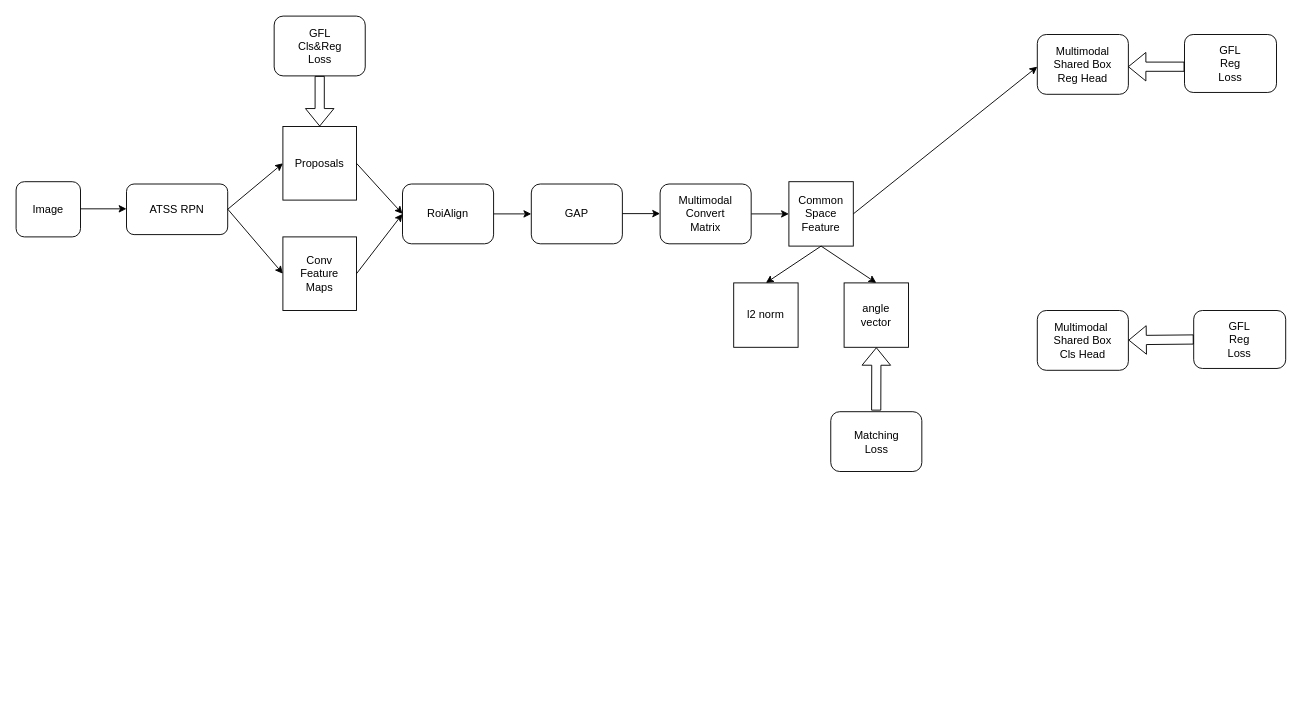
Before: 多模态目标检测.drawio in thb1314/for_draw_io, a draw.io diagram. Source tidied: cells renumbered, new cells numbered last; positions are measured from the earlier drawing's top-left corner, leaving out a move shared by most shapes. Both pictures are drawn from the tidied source at 92%, with x=0, y=0 at pixel (16, 16).
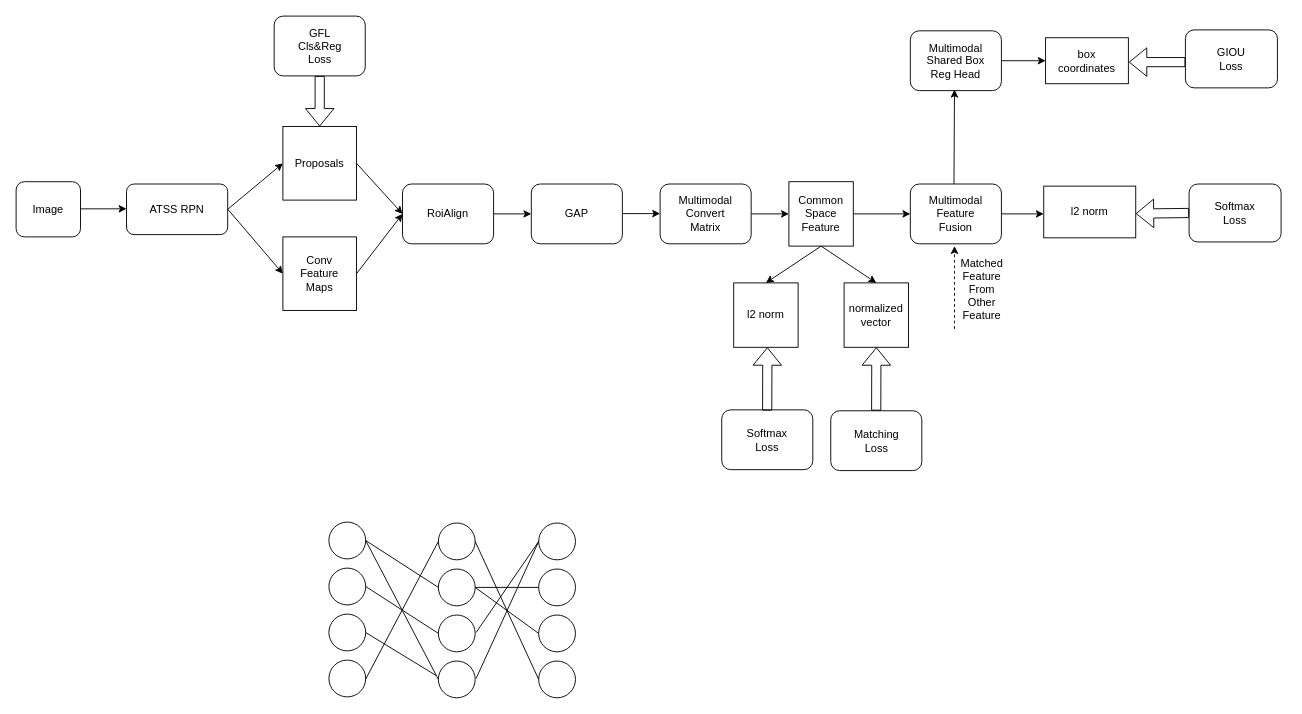
The same page after the edit.

Commit message:
更新多模态目标检测.drawio

Unchanged cells that the change refers to:
```xml
<mxCell id="21" value="Common&lt;br&gt;Space&lt;br&gt;Feature" style="whiteSpace=wrap;html=1;" parent="1" vertex="1">
  <mxGeometry x="840" y="180" width="70" height="70" as="geometry" />
</mxCell>
```

Diff of the diagram source:
```diff
@@
+    <mxCell id="33" style="edgeStyle=orthogonalEdgeStyle;rounded=0;jettySize=auto;html=1;exitX=1;exitY=0.5;exitDx=0;exitDy=0;" parent="1" edge="1" source="15" target="42">
+      <mxGeometry relative="1" as="geometry" />
+    </mxCell>
     <mxCell id="15" value="Multimodal Shared Box&lt;br&gt;Reg&amp;nbsp;Head" style="rounded=1;whiteSpace=wrap;html=1;" parent="1" vertex="1">
-      <mxGeometry x="1110" y="20" width="99" height="65" as="geometry" />
+      <mxGeometry x="972" y="16" width="99" height="65" as="geometry" />
     </mxCell>
-    <mxCell id="16" value="Multimodal&amp;nbsp;&lt;br&gt;Shared Box&lt;br&gt;Cls Head" style="rounded=1;whiteSpace=wrap;html=1;" parent="1" vertex="1">
-      <mxGeometry x="1110" y="320" width="99" height="65" as="geometry" />
-    </mxCell>
@@
+    <mxCell id="34" style="edgeStyle=orthogonalEdgeStyle;rounded=0;jettySize=auto;html=1;exitX=1;exitY=0.5;exitDx=0;exitDy=0;entryX=0;entryY=0.5;entryDx=0;entryDy=0;" parent="1" edge="1" source="21" target="38">
+      <mxGeometry relative="1" as="geometry" />
+    </mxCell>
@@
     <mxCell id="22" value="Matching&lt;br&gt;Loss" style="rounded=1;whiteSpace=wrap;html=1;" parent="1" vertex="1">
-      <mxGeometry x="885.5" y="430" width="99" height="65" as="geometry" />
+      <mxGeometry x="885.5" y="429" width="99" height="65" as="geometry" />
     </mxCell>
-    <mxCell id="23" style="endArrow=classic;html=1;rounded=0;exitX=1;exitY=0.5;exitDx=0;exitDy=0;" parent="1" edge="1" source="21">
+    <mxCell id="23" style="endArrow=classic;html=1;rounded=0;exitX=0.479;exitY=0.026;exitDx=0;exitDy=0;exitPerimeter=0;" parent="1" edge="1" source="38">
       <mxGeometry relative="1" as="geometry">
-        <mxPoint x="1110" y="55" as="targetPoint" />
+        <mxPoint x="1020" y="80" as="targetPoint" />
       </mxGeometry>
     </mxCell>
-    <mxCell id="24" value="GFL&lt;br&gt;Reg&lt;br&gt;Loss" style="rounded=1;whiteSpace=wrap;html=1;" parent="1" vertex="1">
-      <mxGeometry x="1270" y="20" width="100" height="63" as="geometry" />
+    <mxCell id="24" value="GIOU&lt;br&gt;Loss" style="rounded=1;whiteSpace=wrap;html=1;" parent="1" vertex="1">
+      <mxGeometry x="1271" y="15" width="100" height="63" as="geometry" />
     </mxCell>
     <mxCell id="25" style="shape=flexArrow;endArrow=classic;html=1;rounded=0;entryX=0.5;entryY=0;entryDx=0;entryDy=0;" parent="1" edge="1">
       <mxGeometry relative="1" as="geometry">
-        <mxPoint x="1270" y="55" as="sourcePoint" />
-        <mxPoint x="1208.5" y="55" as="targetPoint" />
+        <mxPoint x="1271" y="50" as="sourcePoint" />
+        <mxPoint x="1209.5" y="50" as="targetPoint" />
       </mxGeometry>
     </mxCell>
-    <mxCell id="26" value="GFL&lt;br&gt;Reg&lt;br&gt;Loss" style="rounded=1;whiteSpace=wrap;html=1;" parent="1" vertex="1">
-      <mxGeometry x="1280" y="320" width="100" height="63" as="geometry" />
+    <mxCell id="26" value="Softmax&lt;br&gt;Loss" style="rounded=1;whiteSpace=wrap;html=1;" parent="1" vertex="1">
+      <mxGeometry x="1275" y="182.5" width="100" height="63" as="geometry" />
     </mxCell>
     <mxCell id="27" style="shape=flexArrow;endArrow=classic;html=1;rounded=0;entryX=0.5;entryY=0;entryDx=0;entryDy=0;exitX=0;exitY=0.5;exitDx=0;exitDy=0;" parent="1" edge="1" source="26">
       <mxGeometry relative="1" as="geometry">
-        <mxPoint x="1209" y="352.2" as="targetPoint" />
+        <mxPoint x="1217" y="214.7" as="targetPoint" />
       </mxGeometry>
     </mxCell>
@@
-    <mxCell id="29" value="angle&lt;br&gt;vector" style="whiteSpace=wrap;html=1;" parent="1" vertex="1">
+    <mxCell id="29" value="normalized&lt;br&gt;vector" style="whiteSpace=wrap;html=1;" parent="1" vertex="1">
       <mxGeometry x="900" y="290" width="70" height="70" as="geometry" />
     </mxCell>
@@
+    <mxCell id="35" value="Softmax&lt;br style=&quot;border-color: var(--border-color);&quot;&gt;Loss" style="rounded=1;whiteSpace=wrap;html=1;" parent="1" vertex="1">
+      <mxGeometry x="767" y="428" width="99" height="65" as="geometry" />
+    </mxCell>
+    <mxCell id="36" style="shape=flexArrow;endArrow=classic;html=1;rounded=0;entryX=0.5;entryY=1;entryDx=0;entryDy=0;exitX=0.553;exitY=-0.019;exitDx=0;exitDy=0;exitPerimeter=0;" parent="1" edge="1">
+      <mxGeometry relative="1" as="geometry">
+        <mxPoint x="816.4" y="428.8" as="sourcePoint" />
+        <mxPoint x="816.6" y="360" as="targetPoint" />
+      </mxGeometry>
+    </mxCell>
+    <mxCell id="37" style="endArrow=classic;html=1;rounded=0;entryX=0;entryY=0.5;entryDx=0;entryDy=0;exitX=1;exitY=0.5;exitDx=0;exitDy=0;" parent="1" edge="1" source="38">
+      <mxGeometry relative="1" as="geometry">
+        <mxPoint x="1117" y="215" as="targetPoint" />
+      </mxGeometry>
+    </mxCell>
+    <mxCell id="38" value="Multimodal&lt;br&gt;Feature&lt;br&gt;Fusion" style="rounded=1;whiteSpace=wrap;html=1;" parent="1" vertex="1">
+      <mxGeometry x="972" y="182.5" width="99" height="65" as="geometry" />
+    </mxCell>
+    <mxCell id="39" style="endArrow=classic;html=1;rounded=0;dashed=1;" parent="1" edge="1">
+      <mxGeometry relative="1" as="geometry">
+        <mxPoint x="1020" y="340" as="sourcePoint" />
+        <mxPoint x="1020" y="250" as="targetPoint" />
+      </mxGeometry>
+    </mxCell>
+    <mxCell id="40" value="l2 norm" style="rounded=0;whiteSpace=wrap;html=1;" parent="1" vertex="1">
+      <mxGeometry x="1117" y="184.8" width="100" height="56.2" as="geometry" />
+    </mxCell>
+    <mxCell id="41" value="Matched Feature&lt;br&gt;From&lt;br&gt;Other&lt;br&gt;Feature" style="text;html=1;strokeColor=none;fillColor=none;align=center;verticalAlign=middle;whiteSpace=wrap;rounded=0;" parent="1" vertex="1">
+      <mxGeometry x="1020" y="282" width="60" height="30" as="geometry" />
+    </mxCell>
+    <mxCell id="42" value="box&lt;br&gt;coordinates" style="rounded=0;whiteSpace=wrap;html=1;" parent="1" vertex="1">
+      <mxGeometry x="1119" y="23.5" width="90" height="50" as="geometry" />
+    </mxCell>
+    <mxCell id="43" style="ellipse;whiteSpace=wrap;html=1;" parent="1" vertex="1">
+      <mxGeometry x="340" y="550" width="40" height="40" as="geometry" />
+    </mxCell>
+    <mxCell id="44" style="ellipse;whiteSpace=wrap;html=1;" parent="1" vertex="1">
+      <mxGeometry x="340" y="600" width="40" height="40" as="geometry" />
+    </mxCell>
+    <mxCell id="45" style="ellipse;whiteSpace=wrap;html=1;" parent="1" vertex="1">
+      <mxGeometry x="340" y="650" width="40" height="40" as="geometry" />
+    </mxCell>
+    <mxCell id="46" style="ellipse;whiteSpace=wrap;html=1;" parent="1" vertex="1">
+      <mxGeometry x="340" y="700" width="40" height="40" as="geometry" />
+    </mxCell>
+    <mxCell id="47" style="ellipse;whiteSpace=wrap;html=1;" parent="1" vertex="1">
+      <mxGeometry x="459" y="551" width="40" height="40" as="geometry" />
+    </mxCell>
+    <mxCell id="48" style="ellipse;whiteSpace=wrap;html=1;" parent="1" vertex="1">
+      <mxGeometry x="459" y="601" width="40" height="40" as="geometry" />
+    </mxCell>
+    <mxCell id="49" style="ellipse;whiteSpace=wrap;html=1;" parent="1" vertex="1">
+      <mxGeometry x="459" y="651" width="40" height="40" as="geometry" />
+    </mxCell>
+    <mxCell id="50" style="ellipse;whiteSpace=wrap;html=1;" parent="1" vertex="1">
+      <mxGeometry x="459" y="701" width="40" height="40" as="geometry" />
+    </mxCell>
+    <mxCell id="51" style="ellipse;whiteSpace=wrap;html=1;" parent="1" vertex="1">
+      <mxGeometry x="568" y="551" width="40" height="40" as="geometry" />
+    </mxCell>
+    <mxCell id="52" style="ellipse;whiteSpace=wrap;html=1;" parent="1" vertex="1">
+      <mxGeometry x="568" y="601" width="40" height="40" as="geometry" />
+    </mxCell>
+    <mxCell id="53" style="ellipse;whiteSpace=wrap;html=1;" parent="1" vertex="1">
+      <mxGeometry x="568" y="651" width="40" height="40" as="geometry" />
+    </mxCell>
+    <mxCell id="54" style="ellipse;whiteSpace=wrap;html=1;" parent="1" vertex="1">
+      <mxGeometry x="568" y="701" width="40" height="40" as="geometry" />
+    </mxCell>
+    <mxCell id="55" style="endArrow=none;html=1;rounded=0;entryX=1;entryY=0.5;entryDx=0;entryDy=0;exitX=0;exitY=0.5;exitDx=0;exitDy=0;" parent="1" edge="1" source="48" target="43">
+      <mxGeometry relative="1" as="geometry" />
+    </mxCell>
+    <mxCell id="56" style="endArrow=none;html=1;rounded=0;entryX=1;entryY=0.5;entryDx=0;entryDy=0;exitX=0;exitY=0.5;exitDx=0;exitDy=0;" parent="1" edge="1" source="50" target="43">
+      <mxGeometry relative="1" as="geometry" />
+    </mxCell>
+    <mxCell id="57" style="endArrow=none;html=1;rounded=0;entryX=1;entryY=0.5;entryDx=0;entryDy=0;exitX=0;exitY=0.5;exitDx=0;exitDy=0;" parent="1" edge="1" source="49" target="44">
+      <mxGeometry relative="1" as="geometry" />
+    </mxCell>
+    <mxCell id="58" style="endArrow=none;html=1;rounded=0;exitX=-0.065;exitY=0.392;exitDx=0;exitDy=0;exitPerimeter=0;entryX=1;entryY=0.5;entryDx=0;entryDy=0;" parent="1" edge="1" source="50" target="45">
+      <mxGeometry relative="1" as="geometry" />
+    </mxCell>
+    <mxCell id="59" style="endArrow=none;html=1;rounded=0;exitX=0.999;exitY=0.519;exitDx=0;exitDy=0;exitPerimeter=0;entryX=0;entryY=0.5;entryDx=0;entryDy=0;" parent="1" edge="1" source="46" target="47">
+      <mxGeometry relative="1" as="geometry" />
+    </mxCell>
+    <mxCell id="60" style="endArrow=none;html=1;rounded=0;entryX=0;entryY=0.5;entryDx=0;entryDy=0;" parent="1" edge="1" target="51">
+      <mxGeometry relative="1" as="geometry">
+        <mxPoint x="500" y="670" as="sourcePoint" />
+      </mxGeometry>
+    </mxCell>
+    <mxCell id="61" style="endArrow=none;html=1;rounded=0;entryX=0;entryY=0.5;entryDx=0;entryDy=0;" parent="1" edge="1" target="51">
+      <mxGeometry relative="1" as="geometry">
+        <mxPoint x="500" y="720" as="sourcePoint" />
+      </mxGeometry>
+    </mxCell>
+    <mxCell id="62" style="endArrow=none;html=1;rounded=0;entryX=0;entryY=0.5;entryDx=0;entryDy=0;exitX=1;exitY=0.5;exitDx=0;exitDy=0;" parent="1" edge="1" source="48" target="53">
+      <mxGeometry relative="1" as="geometry" />
+    </mxCell>
+    <mxCell id="63" style="endArrow=none;html=1;rounded=0;entryX=0;entryY=0.5;entryDx=0;entryDy=0;exitX=1;exitY=0.5;exitDx=0;exitDy=0;" parent="1" edge="1" source="47" target="54">
+      <mxGeometry relative="1" as="geometry" />
+    </mxCell>
+    <mxCell id="64" style="endArrow=none;html=1;rounded=0;entryX=0;entryY=0.5;entryDx=0;entryDy=0;exitX=1;exitY=0.5;exitDx=0;exitDy=0;" parent="1" edge="1" source="48" target="52">
+      <mxGeometry relative="1" as="geometry" />
+    </mxCell>
```
